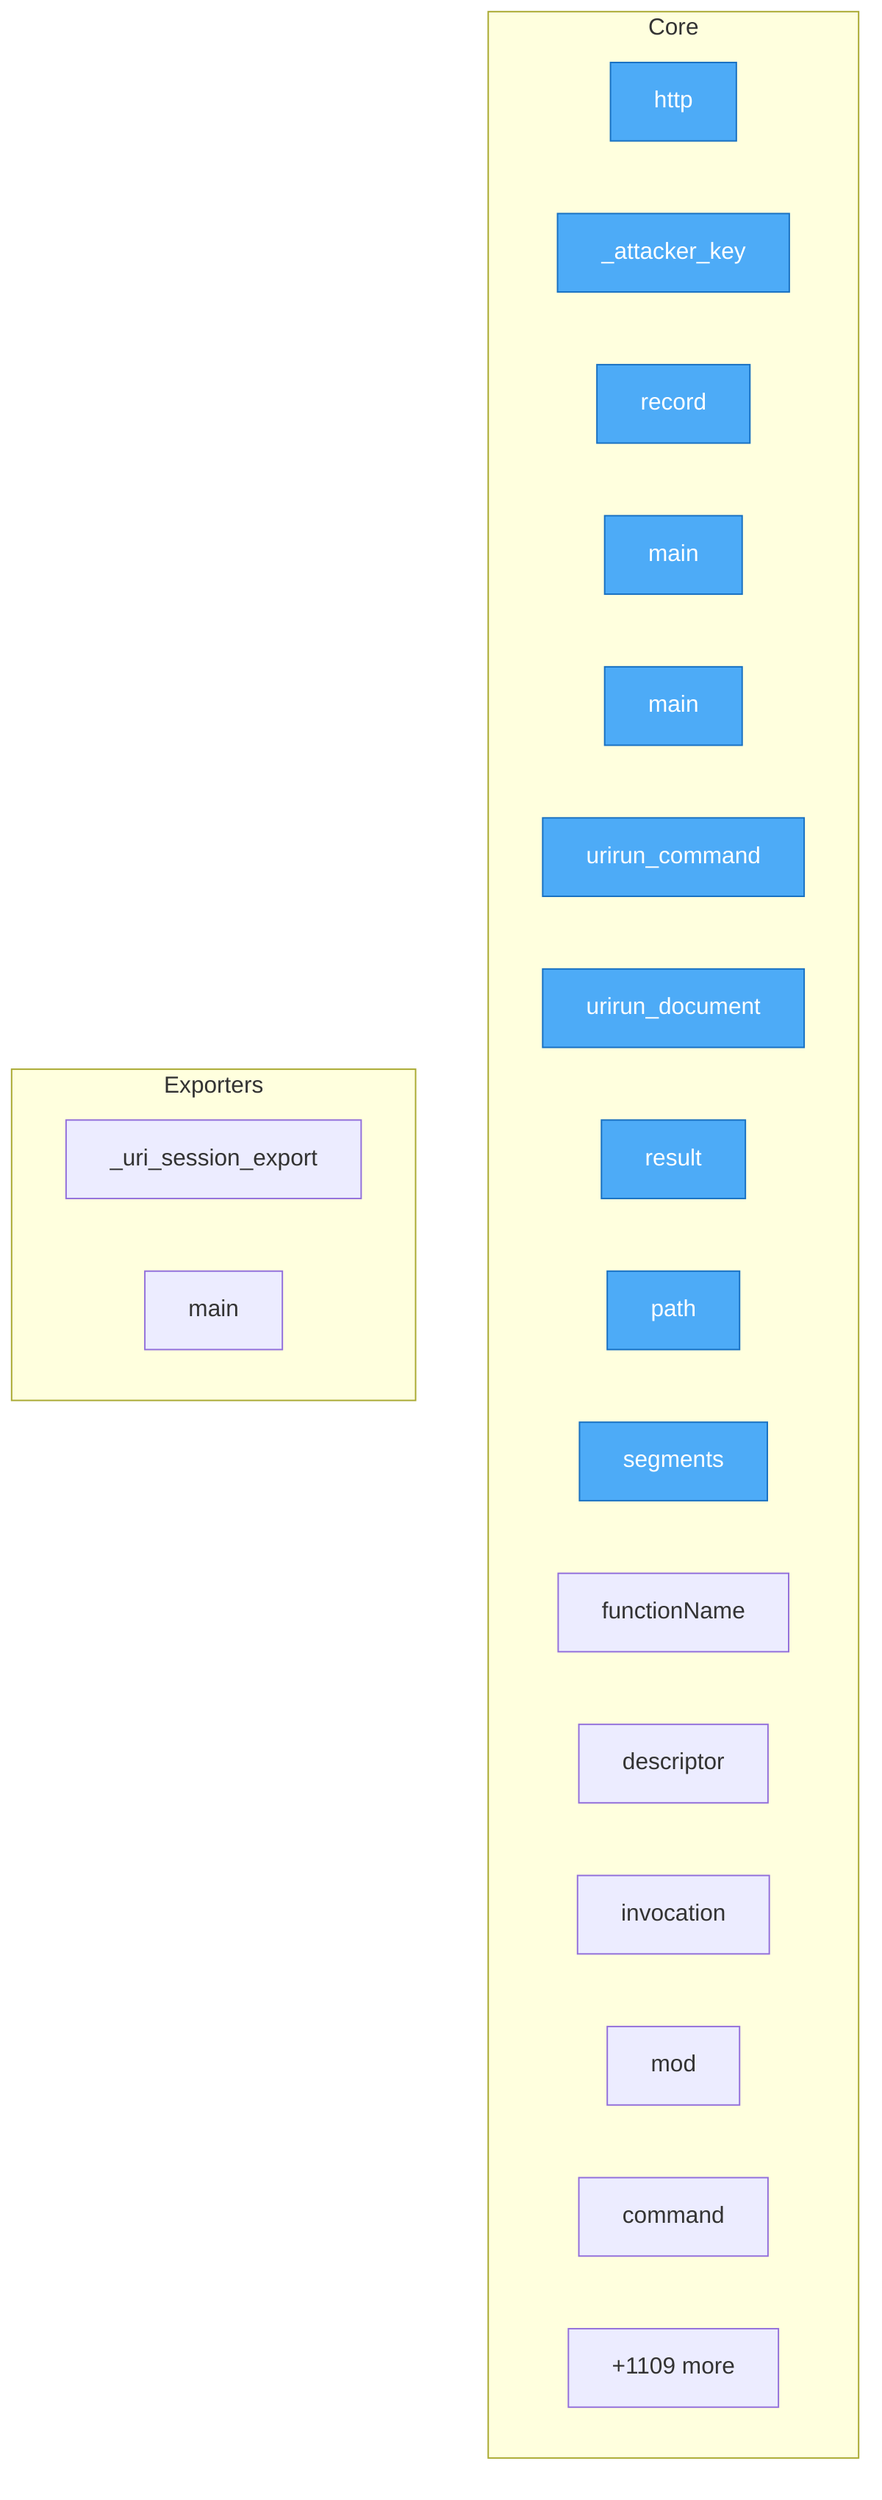
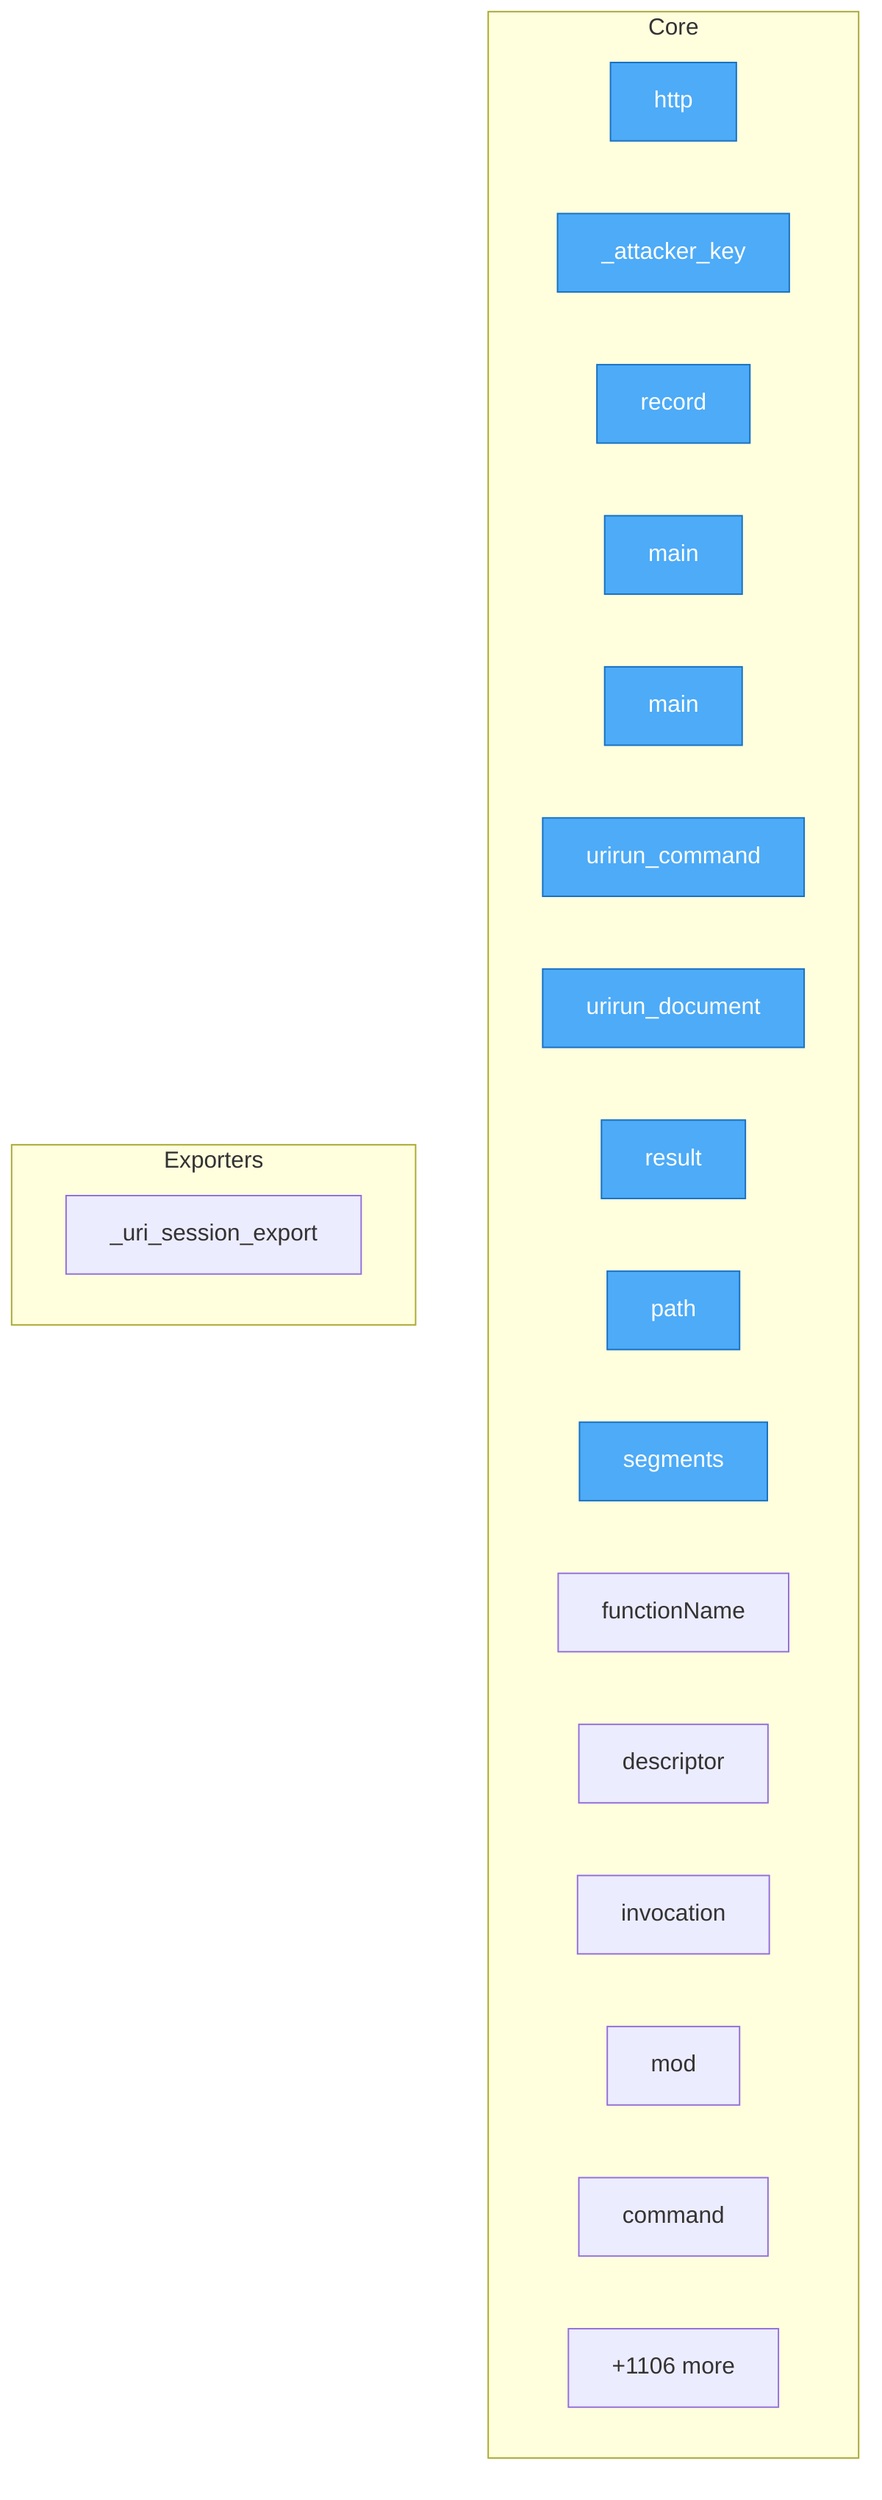
flowchart TD
- %% generated in 0.07s
+ %% generated in 0.06s

    %% Entry points (blue)
    classDef entry fill:#4dabf7,stroke:#1971c2,color:#fff

    subgraph Core
        security__mesh_probe__probe__http["http"]
        security__mesh_probe__probe___attacker_key["_attacker_key"]
        security__mesh_probe__probe__record["record"]
        adapters__conformance__main["main"]
        adapters__new_connector__main["main"]
        adapters__bash__urirun__urirun_command["urirun_command"]
        adapters__bash__urirun__urirun_document["urirun_document"]
        adapters__js__index__test__result["result"]
        adapters__js__path["path"]
        adapters__js__segments["segments"]
        adapters__js__functionName["functionName"]
        adapters__js__descriptor["descriptor"]
        adapters__js__invocation["invocation"]
        adapters__js__mod["mod"]
        adapters__java__Urirun__Urirun__command["command"]
-         ...["+1109 more"]
+         ...["+1106 more"]
    end

    subgraph Exporters
        adapters__python__urirun__node__skill___uri_session_export["_uri_session_export"]
-         adapters__python__urirun_connectors_toolkit__contract_export__main["main"]
    end

    class security__mesh_probe__probe__http,security__mesh_probe__probe___attacker_key,security__mesh_probe__probe__record,adapters__conformance__main,adapters__new_connector__main,adapters__bash__urirun__urirun_command,adapters__bash__urirun__urirun_document,adapters__js__index__test__result,adapters__js__path,adapters__js__segments entry
